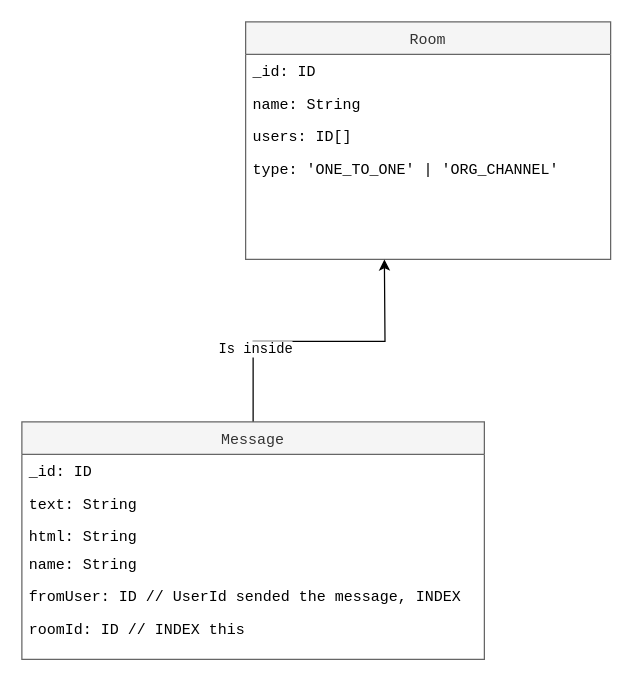
This is chat-models.drawio from hangmant/diagrams, a draw.io file, before an edit. Source tidied: cells renumbered, new cells numbered last; positions are measured from the earlier drawing's top-left corner, leaving out a move shared by most shapes. Both pictures are drawn from the tidied source at 125%, with x=0, y=0 at pixel (21, 21).
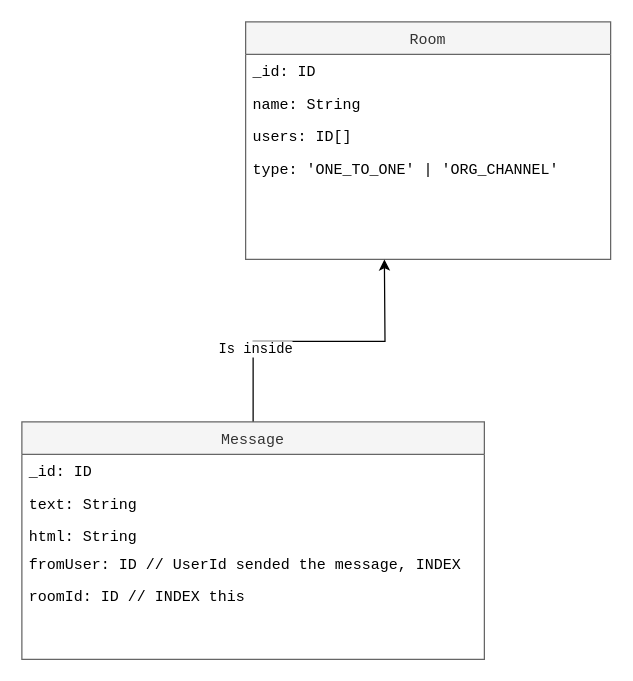
Above is the later version.

Commit message:
Remove unused field

Diff of the diagram source:
```diff
@@
 <mxGraphModel>
   <root>
     <mxCell id="0" />
     <mxCell id="1" parent="0" />
     <mxCell id="2" value="Room" style="swimlane;fontStyle=0;align=center;verticalAlign=top;horizontal=1;startSize=26;rounded=0;shadow=0;strokeWidth=1;swimlaneFillColor=#ffffff;fillColor=#f5f5f5;strokeColor=#666666;fontColor=#333333;fontFamily=Courier New;" parent="1" vertex="1">
       <mxGeometry x="179" width="292" height="190" as="geometry" />
     </mxCell>
     <mxCell id="3" value="_id: ID " style="text;align=left;verticalAlign=top;spacingLeft=4;spacingRight=4;overflow=hidden;fontFamily=Courier New;" parent="2" vertex="1">
       <mxGeometry y="26" width="292" height="26" as="geometry" />
     </mxCell>
     <mxCell id="4" value="name: String" style="text;align=left;verticalAlign=top;spacingLeft=4;spacingRight=4;overflow=hidden;rounded=0;shadow=0;html=0;fontFamily=Courier New;" parent="2" vertex="1">
       <mxGeometry y="52" width="292" height="26" as="geometry" />
     </mxCell>
     <mxCell id="5" value="users: ID[]" style="text;align=left;verticalAlign=top;spacingLeft=4;spacingRight=4;overflow=hidden;rounded=0;shadow=0;html=0;fontFamily=Courier New;" parent="2" vertex="1">
       <mxGeometry y="78" width="292" height="26" as="geometry" />
     </mxCell>
     <mxCell id="6" value="type: 'ONE_TO_ONE' | 'ORG_CHANNEL'" style="text;align=left;verticalAlign=top;spacingLeft=4;spacingRight=4;overflow=hidden;rounded=0;shadow=0;html=0;fontFamily=Courier New;" parent="2" vertex="1">
       <mxGeometry y="104" width="292" height="26" as="geometry" />
     </mxCell>
     <mxCell id="7" style="edgeStyle=orthogonalEdgeStyle;rounded=0;jettySize=auto;html=1;exitX=0.5;exitY=0;exitDx=0;exitDy=0;fontFamily=Courier New;" parent="1" edge="1" source="9">
       <mxGeometry relative="1" as="geometry">
         <mxPoint x="290" y="190" as="targetPoint" />
       </mxGeometry>
     </mxCell>
     <mxCell id="8" value="Is inside" style="edgeLabel;html=1;align=center;verticalAlign=middle;fontFamily=Courier New;" parent="7" vertex="1">
       <mxGeometry x="-0.44" y="-6" relative="1" as="geometry" />
     </mxCell>
     <mxCell id="9" value="Message" style="swimlane;fontStyle=0;align=center;verticalAlign=top;horizontal=1;startSize=26;rounded=0;shadow=0;strokeWidth=1;swimlaneFillColor=#ffffff;fillColor=#f5f5f5;strokeColor=#666666;fontColor=#333333;fontFamily=Courier New;" parent="1" vertex="1">
       <mxGeometry y="320" width="370" height="190" as="geometry" />
     </mxCell>
     <mxCell id="10" value="_id: ID " style="text;align=left;verticalAlign=top;spacingLeft=4;spacingRight=4;overflow=hidden;fontFamily=Courier New;" parent="9" vertex="1">
       <mxGeometry y="26" width="370" height="26" as="geometry" />
     </mxCell>
     <mxCell id="11" value="text: String" style="text;align=left;verticalAlign=top;spacingLeft=4;spacingRight=4;overflow=hidden;rounded=0;shadow=0;html=0;fontFamily=Courier New;" parent="9" vertex="1">
       <mxGeometry y="52" width="370" height="26" as="geometry" />
     </mxCell>
     <mxCell id="12" value="html: String" style="text;align=left;verticalAlign=top;spacingLeft=4;spacingRight=4;overflow=hidden;rounded=0;shadow=0;html=0;fontFamily=Courier New;" parent="9" vertex="1">
       <mxGeometry y="78" width="370" height="22" as="geometry" />
     </mxCell>
-    <mxCell id="13" value="name: String" style="text;align=left;verticalAlign=top;spacingLeft=4;spacingRight=4;overflow=hidden;rounded=0;shadow=0;html=0;fontFamily=Courier New;" parent="9" vertex="1">
-      <mxGeometry y="100" width="370" height="26" as="geometry" />
-    </mxCell>
     <mxCell id="14" value="fromUser: ID // UserId sended the message, INDEX" style="text;align=left;verticalAlign=top;spacingLeft=4;spacingRight=4;overflow=hidden;rounded=0;shadow=0;html=0;fontFamily=Courier New;" parent="9" vertex="1">
-      <mxGeometry y="126" width="370" height="26" as="geometry" />
+      <mxGeometry y="100" width="370" height="26" as="geometry" />
     </mxCell>
     <mxCell id="15" value="roomId: ID // INDEX this" style="text;align=left;verticalAlign=top;spacingLeft=4;spacingRight=4;overflow=hidden;rounded=0;shadow=0;html=0;fontFamily=Courier New;" parent="9" vertex="1">
-      <mxGeometry y="152" width="370" height="26" as="geometry" />
+      <mxGeometry y="126" width="370" height="26" as="geometry" />
     </mxCell>
   </root>
 </mxGraphModel>
```
